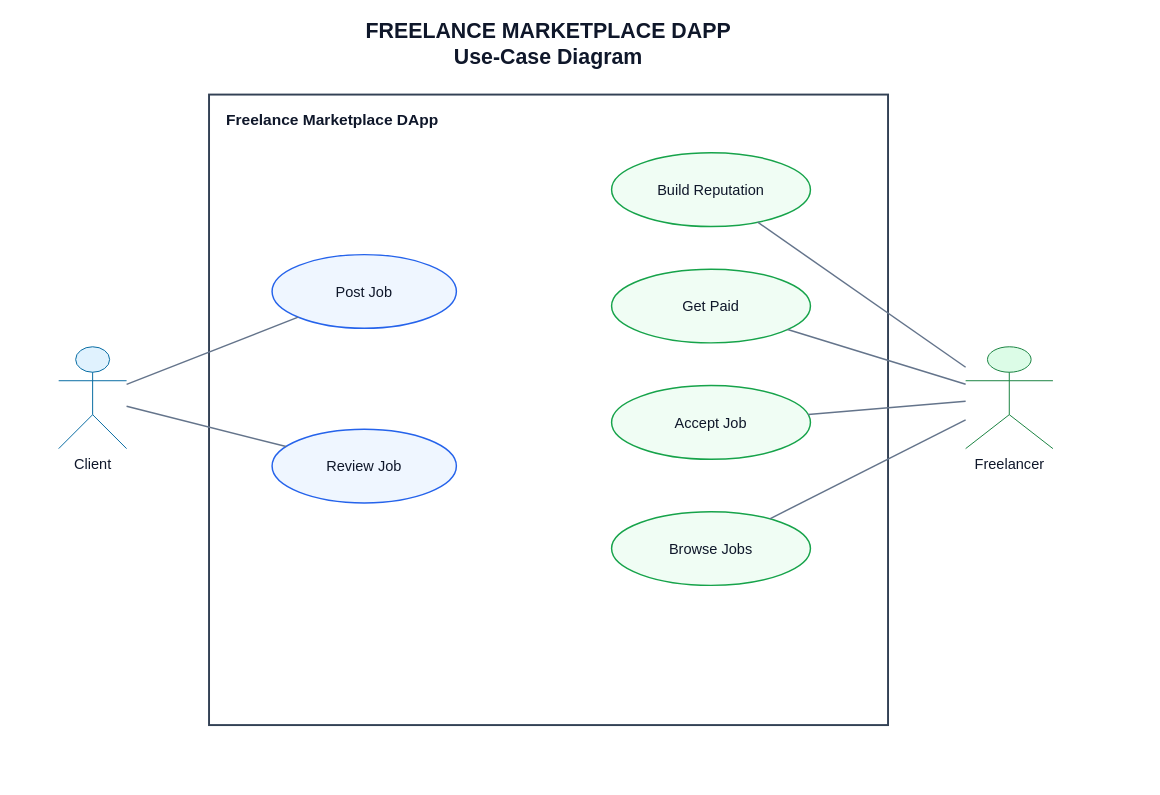
Earlier version of the draw.io diagram day-19-final-project/FreelanceMarketplace-UseCase.drawio (Hassan5737/solidity-journey). Source tidied: cells renumbered, new cells numbered last; positions are measured from the earlier drawing's top-left corner, leaving out a move shared by most shapes. Both pictures are drawn from the tidied source at 97%, with x=0, y=0 at pixel (58, 16).
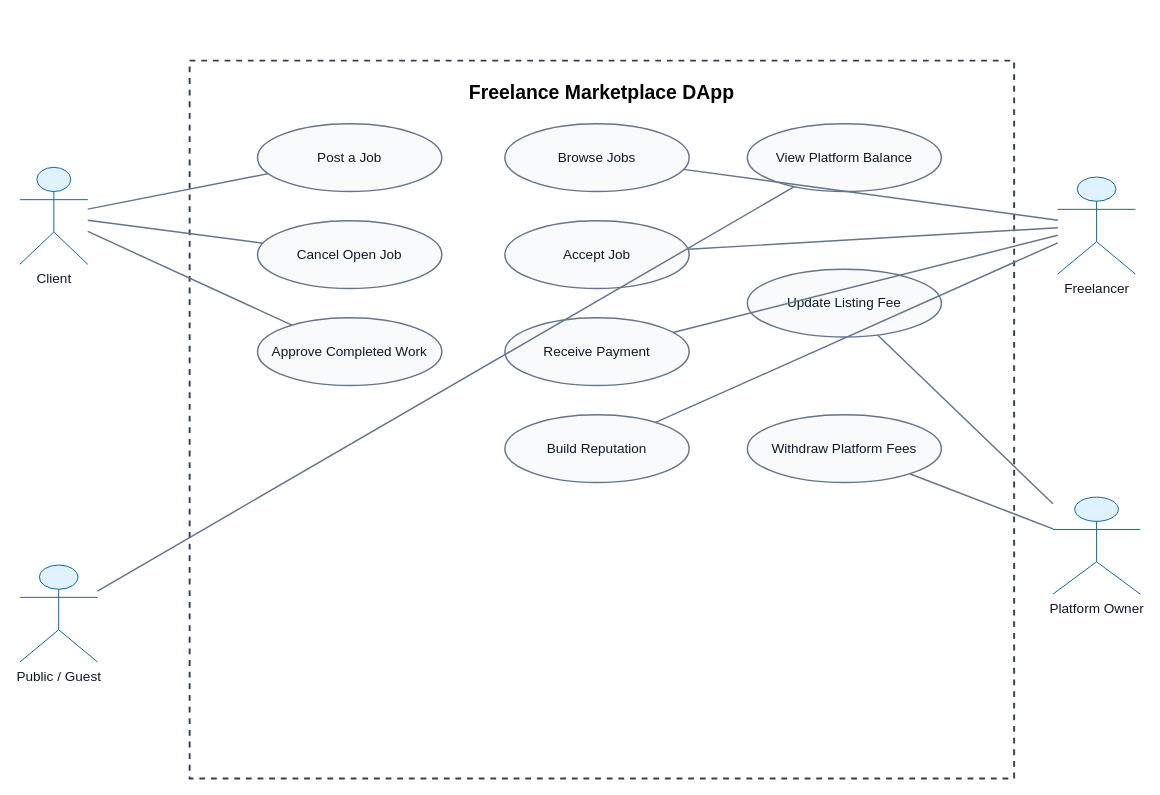
The same diagram, later.

Commit message (it also covers changes not shown here):
Update freelance marketplace implementation and docs

The edit, as a diff of the source:
```diff
@@
-    <mxCell id="2" value="FREELANCE MARKETPLACE DAPP&#10;Use-Case Diagram" style="text;html=1;align=center;verticalAlign=middle;whiteSpace=wrap;rounded=0;fontSize=22;fontStyle=1;fontColor=#0F172A;" parent="1" vertex="1">
-      <mxGeometry x="155" width="700" height="55" as="geometry" />
-    </mxCell>
-    <mxCell id="3" value="Freelance Marketplace DApp" style="rounded=0;whiteSpace=wrap;html=1;fillColor=none;strokeColor=#334155;strokeWidth=2;fontSize=16;fontStyle=1;fontColor=#0F172A;verticalAlign=top;align=left;spacingLeft=16;spacingTop=10;" parent="1" vertex="1">
-      <mxGeometry x="155" y="80" width="700" height="650" as="geometry" />
+    <mxCell id="3" value="Freelance Marketplace DApp" style="rounded=0;whiteSpace=wrap;html=1;dashed=1;strokeColor=#334155;strokeWidth=2;fillColor=none;fontStyle=1;fontSize=20;verticalAlign=top;spacingTop=14;" parent="1" vertex="1">
+      <mxGeometry x="135" y="45" width="850" height="740" as="geometry" />
     </mxCell>
-    <mxCell id="4" value="Client" style="shape=umlActor;verticalLabelPosition=bottom;verticalAlign=top;html=1;outlineConnect=0;fillColor=#E0F2FE;strokeColor=#0369A1;fontColor=#0F172A;fontSize=15;" parent="1" vertex="1">
-      <mxGeometry y="340" width="70" height="105" as="geometry" />
+    <mxCell id="4" value="Client" style="shape=umlActor;verticalLabelPosition=bottom;verticalAlign=top;html=1;outlineConnect=0;strokeColor=#0369a1;fillColor=#e0f2fe;fontColor=#0f172a;fontSize=14;" parent="1" vertex="1">
+      <mxGeometry x="-40" y="155" width="70" height="100" as="geometry" />
     </mxCell>
-    <mxCell id="5" value="Freelancer" style="shape=umlActor;verticalLabelPosition=bottom;verticalAlign=top;html=1;outlineConnect=0;fillColor=#DCFCE7;strokeColor=#15803D;fontColor=#0F172A;fontSize=15;" parent="1" vertex="1">
-      <mxGeometry x="935" y="340" width="90" height="105" as="geometry" />
+    <mxCell id="5" value="Freelancer" style="shape=umlActor;verticalLabelPosition=bottom;verticalAlign=top;html=1;outlineConnect=0;strokeColor=#0369a1;fillColor=#e0f2fe;fontColor=#0f172a;fontSize=14;" parent="1" vertex="1">
+      <mxGeometry x="1030" y="165" width="80" height="100" as="geometry" />
     </mxCell>
-    <mxCell id="6" value="Post Job" style="ellipse;whiteSpace=wrap;html=1;fillColor=#EFF6FF;strokeColor=#2563EB;strokeWidth=1.5;fontColor=#0F172A;fontSize=15;" parent="1" vertex="1">
-      <mxGeometry x="220" y="245" width="190" height="76" as="geometry" />
-    </mxCell>
-    <mxCell id="7" value="Review Job" style="ellipse;whiteSpace=wrap;html=1;fillColor=#EFF6FF;strokeColor=#2563EB;strokeWidth=1.5;fontColor=#0F172A;fontSize=15;" parent="1" vertex="1">
-      <mxGeometry x="220" y="425" width="190" height="76" as="geometry" />
-    </mxCell>
+    <mxCell id="18" value="Platform Owner" style="shape=umlActor;verticalLabelPosition=bottom;verticalAlign=top;html=1;outlineConnect=0;strokeColor=#0369a1;fillColor=#e0f2fe;fontColor=#0f172a;fontSize=14;" parent="1" vertex="1">
+      <mxGeometry x="1025" y="495" width="90" height="100" as="geometry" />
+    </mxCell>
+    <mxCell id="19" value="Public / Guest" style="shape=umlActor;verticalLabelPosition=bottom;verticalAlign=top;html=1;outlineConnect=0;strokeColor=#0369a1;fillColor=#e0f2fe;fontColor=#0f172a;fontSize=14;" parent="1" vertex="1">
+      <mxGeometry x="-40" y="565" width="80" height="100" as="geometry" />
+    </mxCell>
+    <mxCell id="20" value="Post a Job" style="ellipse;whiteSpace=wrap;html=1;fillColor=#f8fafc;strokeColor=#64748b;strokeWidth=1.5;fontColor=#0f172a;fontSize=14;" parent="1" vertex="1">
+      <mxGeometry x="205" y="110" width="190" height="70" as="geometry" />
+    </mxCell>
+    <mxCell id="21" value="Cancel Open Job" style="ellipse;whiteSpace=wrap;html=1;fillColor=#f8fafc;strokeColor=#64748b;strokeWidth=1.5;fontColor=#0f172a;fontSize=14;" parent="1" vertex="1">
+      <mxGeometry x="205" y="210" width="190" height="70" as="geometry" />
+    </mxCell>
+    <mxCell id="22" value="Approve Completed Work" style="ellipse;whiteSpace=wrap;html=1;fillColor=#f8fafc;strokeColor=#64748b;strokeWidth=1.5;fontColor=#0f172a;fontSize=14;" parent="1" vertex="1">
+      <mxGeometry x="205" y="310" width="190" height="70" as="geometry" />
+    </mxCell>
+    <mxCell id="11" value="Browse Jobs" style="ellipse;whiteSpace=wrap;html=1;fillColor=#f8fafc;strokeColor=#64748b;strokeWidth=1.5;fontColor=#0f172a;fontSize=14;" parent="1" vertex="1">
+      <mxGeometry x="460" y="110" width="190" height="70" as="geometry" />
+    </mxCell>
+    <mxCell id="10" value="Accept Job" style="ellipse;whiteSpace=wrap;html=1;fillColor=#f8fafc;strokeColor=#64748b;strokeWidth=1.5;fontColor=#0f172a;fontSize=14;" parent="1" vertex="1">
+      <mxGeometry x="460" y="210" width="190" height="70" as="geometry" />
+    </mxCell>
+    <mxCell id="23" value="Receive Payment" style="ellipse;whiteSpace=wrap;html=1;fillColor=#f8fafc;strokeColor=#64748b;strokeWidth=1.5;fontColor=#0f172a;fontSize=14;" parent="1" vertex="1">
+      <mxGeometry x="460" y="310" width="190" height="70" as="geometry" />
+    </mxCell>
-    <mxCell id="8" value="Build Reputation" style="ellipse;whiteSpace=wrap;html=1;fillColor=#F0FDF4;strokeColor=#16A34A;strokeWidth=1.5;fontColor=#0F172A;fontSize=15;" parent="1" vertex="1">
-      <mxGeometry x="570" y="140" width="205" height="76" as="geometry" />
+    <mxCell id="8" value="Build Reputation" style="ellipse;whiteSpace=wrap;html=1;fillColor=#f8fafc;strokeColor=#64748b;strokeWidth=1.5;fontColor=#0f172a;fontSize=14;" parent="1" vertex="1">
+      <mxGeometry x="460" y="410" width="190" height="70" as="geometry" />
     </mxCell>
-    <mxCell id="9" value="Get Paid" style="ellipse;whiteSpace=wrap;html=1;fillColor=#F0FDF4;strokeColor=#16A34A;strokeWidth=1.5;fontColor=#0F172A;fontSize=15;" parent="1" vertex="1">
-      <mxGeometry x="570" y="260" width="205" height="76" as="geometry" />
-    </mxCell>
-    <mxCell id="10" value="Accept Job" style="ellipse;whiteSpace=wrap;html=1;fillColor=#F0FDF4;strokeColor=#16A34A;strokeWidth=1.5;fontColor=#0F172A;fontSize=15;" parent="1" vertex="1">
-      <mxGeometry x="570" y="380" width="205" height="76" as="geometry" />
-    </mxCell>
-    <mxCell id="11" value="Browse Jobs" style="ellipse;whiteSpace=wrap;html=1;fillColor=#F0FDF4;strokeColor=#16A34A;strokeWidth=1.5;fontColor=#0F172A;fontSize=15;" parent="1" vertex="1">
-      <mxGeometry x="570" y="510" width="205" height="76" as="geometry" />
-    </mxCell>
-    <mxCell id="12" style="endArrow=none;startArrow=none;html=1;rounded=0;strokeColor=#64748B;strokeWidth=1.5;" parent="1" edge="1" source="4" target="6">
-      <mxGeometry relative="1" as="geometry" />
-    </mxCell>
-    <mxCell id="13" style="endArrow=none;startArrow=none;html=1;rounded=0;strokeColor=#64748B;strokeWidth=1.5;" parent="1" edge="1" source="4" target="7">
-      <mxGeometry relative="1" as="geometry" />
-    </mxCell>
+    <mxCell id="24" value="View Platform Balance" style="ellipse;whiteSpace=wrap;html=1;fillColor=#f8fafc;strokeColor=#64748b;strokeWidth=1.5;fontColor=#0f172a;fontSize=14;" parent="1" vertex="1">
+      <mxGeometry x="710" y="110" width="200" height="70" as="geometry" />
+    </mxCell>
+    <mxCell id="25" value="Update Listing Fee" style="ellipse;whiteSpace=wrap;html=1;fillColor=#f8fafc;strokeColor=#64748b;strokeWidth=1.5;fontColor=#0f172a;fontSize=14;" parent="1" vertex="1">
+      <mxGeometry x="710" y="260" width="200" height="70" as="geometry" />
+    </mxCell>
+    <mxCell id="26" value="Withdraw Platform Fees" style="ellipse;whiteSpace=wrap;html=1;fillColor=#f8fafc;strokeColor=#64748b;strokeWidth=1.5;fontColor=#0f172a;fontSize=14;" parent="1" vertex="1">
+      <mxGeometry x="710" y="410" width="200" height="70" as="geometry" />
+    </mxCell>
+    <mxCell id="27" style="endArrow=none;html=1;rounded=0;strokeWidth=1.5;strokeColor=#64748b;" parent="1" edge="1" source="4" target="20">
+      <mxGeometry relative="1" as="geometry" />
+    </mxCell>
+    <mxCell id="28" style="endArrow=none;html=1;rounded=0;strokeWidth=1.5;strokeColor=#64748b;" parent="1" edge="1" source="4" target="21">
+      <mxGeometry relative="1" as="geometry" />
+    </mxCell>
+    <mxCell id="29" style="endArrow=none;html=1;rounded=0;strokeWidth=1.5;strokeColor=#64748b;" parent="1" edge="1" source="4" target="22">
+      <mxGeometry relative="1" as="geometry" />
+    </mxCell>
+    <mxCell id="17" style="endArrow=none;html=1;rounded=0;strokeWidth=1.5;strokeColor=#64748b;" parent="1" edge="1" source="5" target="11">
+      <mxGeometry relative="1" as="geometry" />
+    </mxCell>
+    <mxCell id="16" style="endArrow=none;html=1;rounded=0;strokeWidth=1.5;strokeColor=#64748b;" parent="1" edge="1" source="5" target="10">
+      <mxGeometry relative="1" as="geometry" />
+    </mxCell>
+    <mxCell id="30" style="endArrow=none;html=1;rounded=0;strokeWidth=1.5;strokeColor=#64748b;" parent="1" edge="1" source="5" target="23">
+      <mxGeometry relative="1" as="geometry" />
+    </mxCell>
-    <mxCell id="14" style="endArrow=none;startArrow=none;html=1;rounded=0;strokeColor=#64748B;strokeWidth=1.5;" parent="1" edge="1" source="5" target="8">
+    <mxCell id="14" style="endArrow=none;html=1;rounded=0;strokeWidth=1.5;strokeColor=#64748b;" parent="1" edge="1" source="5" target="8">
       <mxGeometry relative="1" as="geometry" />
     </mxCell>
-    <mxCell id="15" style="endArrow=none;startArrow=none;html=1;rounded=0;strokeColor=#64748B;strokeWidth=1.5;" parent="1" edge="1" source="5" target="9">
-      <mxGeometry relative="1" as="geometry" />
-    </mxCell>
-    <mxCell id="16" style="endArrow=none;startArrow=none;html=1;rounded=0;strokeColor=#64748B;strokeWidth=1.5;" parent="1" edge="1" source="5" target="10">
-      <mxGeometry relative="1" as="geometry" />
-    </mxCell>
-    <mxCell id="17" style="endArrow=none;startArrow=none;html=1;rounded=0;strokeColor=#64748B;strokeWidth=1.5;" parent="1" edge="1" source="5" target="11">
-      <mxGeometry relative="1" as="geometry" />
-    </mxCell>
+    <mxCell id="31" style="endArrow=none;html=1;rounded=0;strokeWidth=1.5;strokeColor=#64748b;" parent="1" edge="1" source="19" target="24">
+      <mxGeometry relative="1" as="geometry" />
+    </mxCell>
+    <mxCell id="32" style="endArrow=none;html=1;rounded=0;strokeWidth=1.5;strokeColor=#64748b;" parent="1" edge="1" source="18" target="25">
+      <mxGeometry relative="1" as="geometry" />
+    </mxCell>
+    <mxCell id="33" style="endArrow=none;html=1;rounded=0;strokeWidth=1.5;strokeColor=#64748b;" parent="1" edge="1" source="18" target="26">
+      <mxGeometry relative="1" as="geometry" />
+    </mxCell>
```
